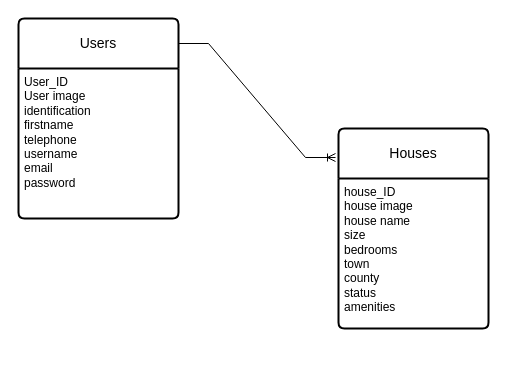
Earlier version of the draw.io diagram HHH_db.drawio (moha-matano3/House_Hunters_Haven). Source tidied: cells renumbered, new cells numbered last; positions are measured from the earlier drawing's top-left corner, leaving out a move shared by most shapes. Both pictures are drawn from the tidied source at 100%, with x=0, y=0 at pixel (18, 18).
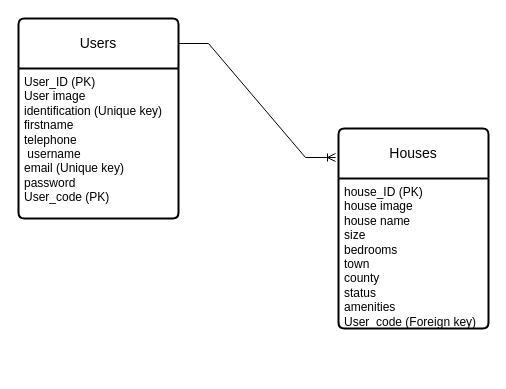
Above is the later version.

What changed in the source:
```diff
@@
 <mxGraphModel>
   <root>
     <mxCell id="0" />
     <mxCell id="1" parent="0" />
     <mxCell id="2" value="Users" style="swimlane;horizontal=1;startSize=50;rounded=1;fontSize=14;fontStyle=0;strokeWidth=2;shadow=0;dashed=0;align=center;arcSize=4;whiteSpace=wrap;html=1;" parent="1" vertex="1">
       <mxGeometry width="160" height="200" as="geometry" />
     </mxCell>
-    <mxCell id="3" value="User_ID&lt;br&gt;User image&lt;br&gt;identification&lt;br&gt;firstname&lt;br&gt;telephone&lt;br&gt;username&lt;br&gt;email&lt;br&gt;password&lt;br&gt;&lt;br&gt;" style="align=left;strokeColor=none;fillColor=none;spacingLeft=4;fontSize=12;verticalAlign=top;html=1;" parent="2" vertex="1">
+    <mxCell id="3" value="User_ID (PK)&lt;br&gt;User image&lt;br&gt;identification (Unique key)&lt;br&gt;firstname&lt;br&gt;telephone&lt;br&gt;&amp;nbsp;username&lt;br&gt;email (Unique key)&lt;br&gt;password&lt;br&gt;User_code (PK)&lt;br&gt;" style="align=left;strokeColor=none;fillColor=none;spacingLeft=4;fontSize=12;verticalAlign=top;html=1;" parent="2" vertex="1">
       <mxGeometry y="50" width="160" height="150" as="geometry" />
     </mxCell>
     <mxCell id="4" value="Houses" style="swimlane;horizontal=1;startSize=50;rounded=1;fontSize=14;fontStyle=0;strokeWidth=2;shadow=0;dashed=0;align=center;arcSize=4;whiteSpace=wrap;html=1;" parent="1" vertex="1">
       <mxGeometry x="320" y="110" width="150" height="200" as="geometry" />
     </mxCell>
-    <mxCell id="5" value="house_ID&lt;br&gt;house image&lt;br&gt;house name&lt;br&gt;size&lt;br&gt;bedrooms&lt;br&gt;town&lt;br&gt;county&lt;br&gt;status&lt;br&gt;amenities&lt;br&gt;&lt;br&gt;" style="align=left;strokeColor=none;fillColor=none;spacingLeft=4;fontSize=12;verticalAlign=top;html=1;" parent="4" vertex="1">
+    <mxCell id="5" value="house_ID (PK)&lt;br&gt;house image&lt;br&gt;house name&lt;br&gt;size&lt;br&gt;bedrooms&lt;br&gt;town&lt;br&gt;county&lt;br&gt;status&lt;br&gt;amenities&lt;br&gt;User_code (Foreign key)&lt;br&gt;&lt;br&gt;&lt;br&gt;&lt;br&gt;" style="align=left;strokeColor=none;fillColor=none;spacingLeft=4;fontSize=12;verticalAlign=top;html=1;" parent="4" vertex="1">
       <mxGeometry y="50" width="150" height="150" as="geometry" />
     </mxCell>
     <mxCell id="6" style="edgeStyle=entityRelationEdgeStyle;fontSize=12;html=1;endArrow=ERoneToMany;rounded=0;entryX=-0.02;entryY=0.145;entryDx=0;entryDy=0;entryPerimeter=0;exitX=1;exitY=0.125;exitDx=0;exitDy=0;exitPerimeter=0;" parent="1" edge="1" source="2" target="4">
       <mxGeometry relative="1" as="geometry" />
     </mxCell>
   </root>
 </mxGraphModel>
```
